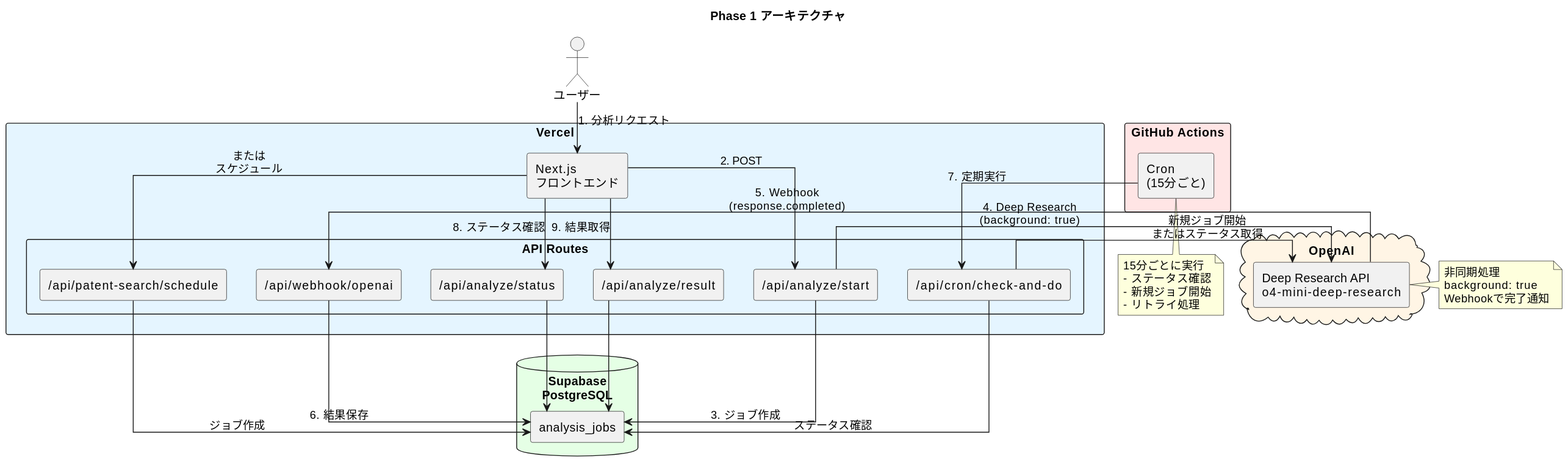
The PlantUML diagram docs-site/docs/diagrams/phase1-architecture.svg in ryoryoai/ip-rich-poc-phase2, before a commit.
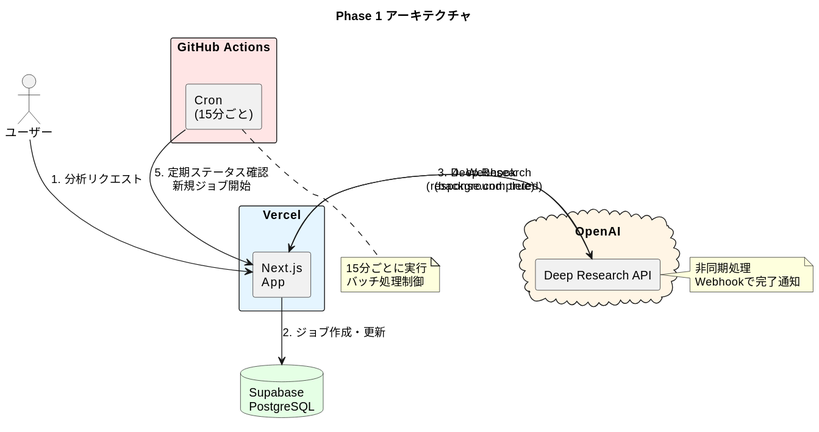
The same file after the commit.

Commit message:
chore: 各種更新（Node.js 22、プロンプト改善、図簡略化）

Diff of the diagram source:
```diff
@@ -1,67 +1,38 @@
 @startuml
 skinparam backgroundColor #FFFFFF
 skinparam componentStyle rectangle
-skinparam linetype ortho
 
 title Phase 1 アーキテクチャ
 
 actor "ユーザー" as User
 
 rectangle "Vercel" #E5F5FF {
-  component "Next.js\nフロントエンド" as Frontend
-
-  rectangle "API Routes" {
-    component "/api/analyze/start" as APIStart
-    component "/api/patent-search/schedule" as APISchedule
-    component "/api/cron/check-and-do" as APICron
-    component "/api/webhook/openai" as APIWebhook
-    component "/api/analyze/status" as APIStatus
-    component "/api/analyze/result" as APIResult
-  }
+  component "Next.js\nApp" as NextJS
 }
 
-database "Supabase\nPostgreSQL" as DB #E5FFE5 {
-  component "analysis_jobs" as Jobs
-}
+database "Supabase\nPostgreSQL" as DB #E5FFE5
 
 cloud "OpenAI" #FFF5E5 {
-  component "Deep Research API\no4-mini-deep-research" as DeepResearch
+  component "Deep Research API" as DeepResearch
 }
 
 rectangle "GitHub Actions" #FFE5E5 {
   component "Cron\n(15分ごと)" as Cron
 }
 
-User -down-> Frontend : 1. 分析リクエスト
-Frontend -down-> APIStart : 2. POST
-Frontend -down-> APISchedule : または\nスケジュール
-
-APIStart -down-> Jobs : 3. ジョブ作成
-APISchedule -down-> Jobs : ジョブ作成
-
-APIStart -right-> DeepResearch : 4. Deep Research\n(background: true)
-DeepResearch -left-> APIWebhook : 5. Webhook\n(response.completed)
-APIWebhook -down-> Jobs : 6. 結果保存
-
-Cron -down-> APICron : 7. 定期実行
-APICron -down-> Jobs : ステータス確認
-APICron -right-> DeepResearch : 新規ジョブ開始\nまたはステータス取得
-
-Frontend -down-> APIStatus : 8. ステータス確認
-APIStatus -down-> Jobs
-Frontend -down-> APIResult : 9. 結果取得
-APIResult -down-> Jobs
+User -down-> NextJS : 1. 分析リクエスト
+NextJS -down-> DB : 2. ジョブ作成・更新
+NextJS -right-> DeepResearch : 3. Deep Research\n(background: true)
+DeepResearch -left-> NextJS : 4. Webhook\n(response.completed)
+Cron -down-> NextJS : 5. 定期ステータス確認\n新規ジョブ開始
 
 note right of DeepResearch
   非同期処理
-  background: true
   Webhookで完了通知
 end note
 
 note bottom of Cron
   15分ごとに実行
-  - ステータス確認
-  - 新規ジョブ開始
-  - リトライ処理
+  バッチ処理制御
 end note
 @enduml
```
